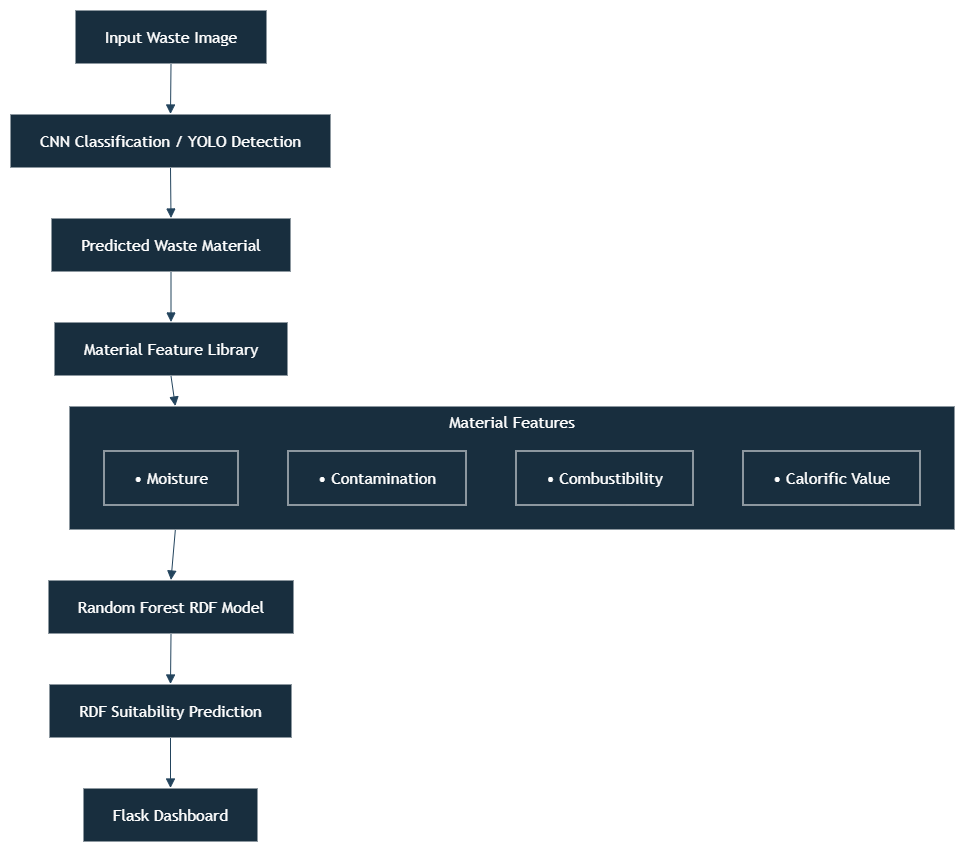
This is docs/Multi-Modal Inference Pipeline.png from abhishekparikh98/RDF_Waste_Characterisation, a draw.io export, as it was before one commit. Source tidied: cells renumbered, new cells last; positions are measured from the earlier drawing's top-left corner, leaving out a move shared by most shapes. Source of this version:
```xml
<mxGraphModel background="light-dark(#ffffff, #121212)">
  <root>
    <mxCell id="0" />
    <mxCell id="1" parent="0" />
    <mxCell id="2" style="group;transparentBounds=1;editIcon=1;lockedGroup=0;groupPadding=10;labelBackgroundColor=none;fontColor=#FFFFFF;" parent="1" vertex="1">
      <mxGeometry as="geometry" />
    </mxCell>
    <mxCell id="3" value="Material Features" style="html=1;whiteSpace=wrap;strokeWidth=1;verticalAlign=top;fillColor=#182E3E;strokeColor=#FFFFFF;fontColor=#FFFFFF;fontFamily=Trebuchet MS,Verdana,Arial,sans-serif;fontSize=16;labelBackgroundColor=none;" parent="2" vertex="1">
      <mxGeometry x="89" y="426" width="886" height="124" as="geometry" />
    </mxCell>
    <mxCell id="4" value="• Moisture" style="html=1;whiteSpace=wrap;strokeWidth=1;fillColor=#182E3E;strokeColor=#FFFFFF;fontColor=#FFFFFF;fontFamily=Trebuchet MS,Verdana,Arial,sans-serif;fontSize=16;labelBackgroundColor=none;" parent="3" vertex="1">
      <mxGeometry x="35" y="45" width="134" height="54" as="geometry" />
    </mxCell>
    <mxCell id="5" value="• Contamination" style="html=1;whiteSpace=wrap;strokeWidth=1;fillColor=#182E3E;strokeColor=#FFFFFF;fontColor=#FFFFFF;fontFamily=Trebuchet MS,Verdana,Arial,sans-serif;fontSize=16;labelBackgroundColor=none;" parent="3" vertex="1">
      <mxGeometry x="219" y="45" width="178" height="54" as="geometry" />
    </mxCell>
    <mxCell id="6" value="• Combustibility" style="html=1;whiteSpace=wrap;strokeWidth=1;fillColor=#182E3E;strokeColor=#FFFFFF;fontColor=#FFFFFF;fontFamily=Trebuchet MS,Verdana,Arial,sans-serif;fontSize=16;labelBackgroundColor=none;" parent="3" vertex="1">
      <mxGeometry x="447" y="45" width="177" height="54" as="geometry" />
    </mxCell>
    <mxCell id="7" value="• Calorific Value" style="html=1;whiteSpace=wrap;strokeWidth=1;fillColor=#182E3E;strokeColor=#FFFFFF;fontColor=#FFFFFF;fontFamily=Trebuchet MS,Verdana,Arial,sans-serif;fontSize=16;labelBackgroundColor=none;" parent="3" vertex="1">
      <mxGeometry x="674" y="45" width="177" height="54" as="geometry" />
    </mxCell>
    <mxCell id="8" value="Input Waste Image" style="html=1;whiteSpace=wrap;strokeWidth=1;fillColor=#182E3E;strokeColor=#FFFFFF;fontColor=#FFFFFF;fontFamily=Trebuchet MS,Verdana,Arial,sans-serif;fontSize=16;labelBackgroundColor=none;" parent="2" vertex="1">
      <mxGeometry x="95" y="30" width="192" height="54" as="geometry" />
    </mxCell>
    <mxCell id="9" value="CNN Classification / YOLO Detection" style="html=1;whiteSpace=wrap;strokeWidth=1;fillColor=#182E3E;strokeColor=#FFFFFF;fontColor=#FFFFFF;fontFamily=Trebuchet MS,Verdana,Arial,sans-serif;fontSize=16;labelBackgroundColor=none;" parent="2" vertex="1">
      <mxGeometry x="30" y="134" width="321" height="54" as="geometry" />
    </mxCell>
    <mxCell id="10" value="Predicted Waste Material" style="html=1;whiteSpace=wrap;strokeWidth=1;fillColor=#182E3E;strokeColor=#FFFFFF;fontColor=#FFFFFF;fontFamily=Trebuchet MS,Verdana,Arial,sans-serif;fontSize=16;labelBackgroundColor=none;" parent="2" vertex="1">
      <mxGeometry x="71" y="238" width="240" height="54" as="geometry" />
    </mxCell>
    <mxCell id="11" value="Material Feature Library" style="html=1;whiteSpace=wrap;strokeWidth=1;fillColor=#182E3E;strokeColor=#FFFFFF;fontColor=#FFFFFF;fontFamily=Trebuchet MS,Verdana,Arial,sans-serif;fontSize=16;labelBackgroundColor=none;" parent="2" vertex="1">
      <mxGeometry x="74" y="342" width="234" height="54" as="geometry" />
    </mxCell>
    <mxCell id="12" value="Random Forest RDF Model" style="html=1;whiteSpace=wrap;strokeWidth=1;fillColor=#182E3E;strokeColor=#FFFFFF;fontColor=#FFFFFF;fontFamily=Trebuchet MS,Verdana,Arial,sans-serif;fontSize=16;labelBackgroundColor=none;" parent="2" vertex="1">
      <mxGeometry x="68" y="600" width="246" height="54" as="geometry" />
    </mxCell>
    <mxCell id="13" value="RDF Suitability Prediction" style="html=1;whiteSpace=wrap;strokeWidth=1;fillColor=#182E3E;strokeColor=#FFFFFF;fontColor=#FFFFFF;fontFamily=Trebuchet MS,Verdana,Arial,sans-serif;fontSize=16;labelBackgroundColor=none;" parent="2" vertex="1">
      <mxGeometry x="69" y="704" width="243" height="54" as="geometry" />
    </mxCell>
    <mxCell id="14" value="Flask Dashboard" style="html=1;whiteSpace=wrap;strokeWidth=1;fillColor=#182E3E;strokeColor=#FFFFFF;fontColor=#FFFFFF;fontFamily=Trebuchet MS,Verdana,Arial,sans-serif;fontSize=16;labelBackgroundColor=none;" parent="2" vertex="1">
      <mxGeometry x="103" y="808" width="175" height="54" as="geometry" />
    </mxCell>
    <mxCell id="15" style="curved=1;startArrow=none;endArrow=block;endSize=7;strokeColor=#23445D;exitX=0.5;exitY=1;entryX=0.5;entryY=0;rounded=0;labelBackgroundColor=none;fontColor=default;" parent="2" edge="1" source="8" target="9">
      <mxGeometry relative="1" as="geometry" />
    </mxCell>
    <mxCell id="16" style="curved=1;startArrow=none;endArrow=block;endSize=7;strokeColor=#23445D;exitX=0.5;exitY=1;entryX=0.5;entryY=0;rounded=0;labelBackgroundColor=none;fontColor=default;" parent="2" edge="1" source="9" target="10">
      <mxGeometry relative="1" as="geometry" />
    </mxCell>
    <mxCell id="17" style="curved=1;startArrow=none;endArrow=block;endSize=7;strokeColor=#23445D;exitX=0.5;exitY=1;entryX=0.5;entryY=0;rounded=0;labelBackgroundColor=none;fontColor=default;" parent="2" edge="1" source="10" target="11">
      <mxGeometry relative="1" as="geometry" />
    </mxCell>
    <mxCell id="18" style="curved=1;startArrow=none;endArrow=block;endSize=7;strokeColor=#23445D;exitX=0.5;exitY=1;entryX=0.12;entryY=0;rounded=0;labelBackgroundColor=none;fontColor=default;" parent="2" edge="1" source="11" target="3">
      <mxGeometry relative="1" as="geometry" />
    </mxCell>
    <mxCell id="19" style="curved=1;startArrow=none;endArrow=block;endSize=7;strokeColor=#23445D;exitX=0.12;exitY=1;entryX=0.5;entryY=0;rounded=0;labelBackgroundColor=none;fontColor=default;" parent="2" edge="1" source="3" target="12">
      <mxGeometry relative="1" as="geometry" />
    </mxCell>
    <mxCell id="20" style="curved=1;startArrow=none;endArrow=block;endSize=7;strokeColor=#23445D;exitX=0.5;exitY=1;entryX=0.5;entryY=0;rounded=0;labelBackgroundColor=none;fontColor=default;" parent="2" edge="1" source="12" target="13">
      <mxGeometry relative="1" as="geometry" />
    </mxCell>
    <mxCell id="21" style="curved=1;startArrow=none;endArrow=block;endSize=7;strokeColor=#23445D;exitX=0.5;exitY=1;entryX=0.5;entryY=0;rounded=0;labelBackgroundColor=none;fontColor=default;" parent="2" edge="1" source="13" target="14">
      <mxGeometry relative="1" as="geometry" />
    </mxCell>
  </root>
</mxGraphModel>
```
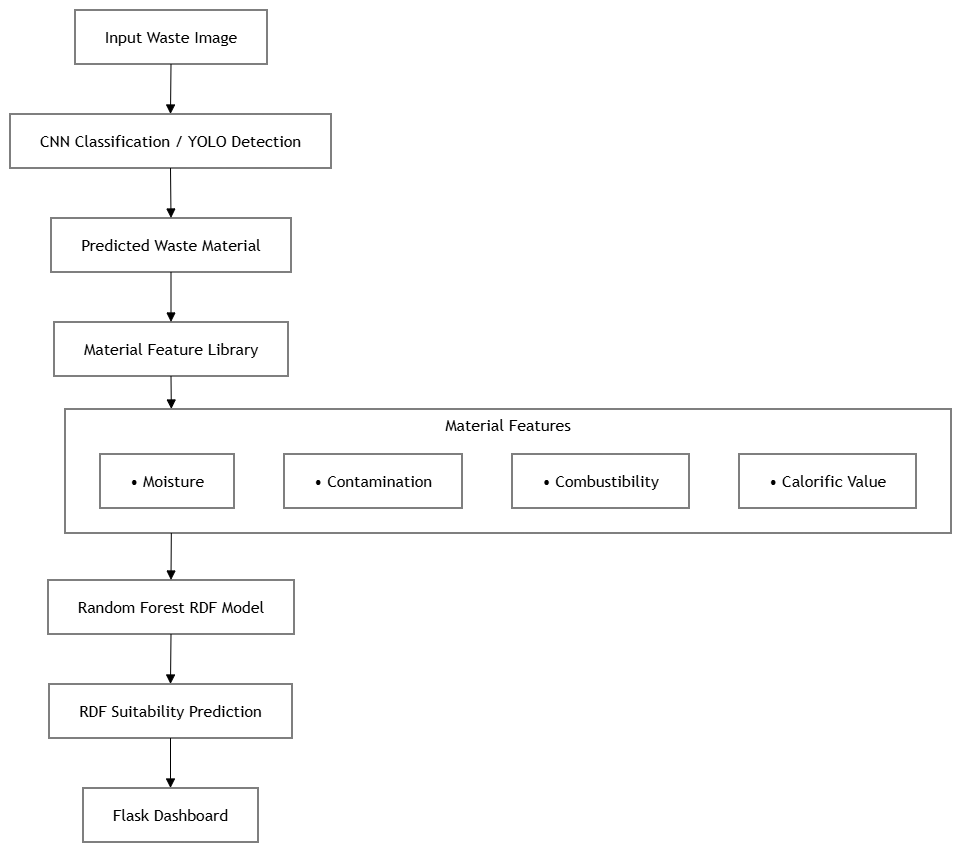
The same file after the commit.

Commit message:
Clean up docs, datasets, and model artifacts; track curated results

Diff of the diagram source:
```diff
@@ -2,64 +2,64 @@
   <root>
     <mxCell id="0" />
     <mxCell id="1" parent="0" />
-    <mxCell id="2" style="group;transparentBounds=1;editIcon=1;lockedGroup=0;groupPadding=10;labelBackgroundColor=none;fontColor=#FFFFFF;" parent="1" vertex="1">
+    <mxCell id="2" style="group;transparentBounds=1;editIcon=1;lockedGroup=0;groupPadding=10;labelBackgroundColor=none;" parent="1" vertex="1">
       <mxGeometry as="geometry" />
     </mxCell>
-    <mxCell id="3" value="Material Features" style="html=1;whiteSpace=wrap;strokeWidth=1;verticalAlign=top;fillColor=#182E3E;strokeColor=#FFFFFF;fontColor=#FFFFFF;fontFamily=Trebuchet MS,Verdana,Arial,sans-serif;fontSize=16;labelBackgroundColor=none;" parent="2" vertex="1">
-      <mxGeometry x="89" y="426" width="886" height="124" as="geometry" />
+    <mxCell id="3" value="Material Features" style="html=1;whiteSpace=wrap;strokeWidth=1;verticalAlign=top;fontFamily=Trebuchet MS,Verdana,Arial,sans-serif;fontSize=16;labelBackgroundColor=none;" parent="2" vertex="1">
+      <mxGeometry x="85" y="429" width="886" height="124" as="geometry" />
     </mxCell>
-    <mxCell id="4" value="• Moisture" style="html=1;whiteSpace=wrap;strokeWidth=1;fillColor=#182E3E;strokeColor=#FFFFFF;fontColor=#FFFFFF;fontFamily=Trebuchet MS,Verdana,Arial,sans-serif;fontSize=16;labelBackgroundColor=none;" parent="3" vertex="1">
+    <mxCell id="4" value="• Moisture" style="html=1;whiteSpace=wrap;strokeWidth=1;fontFamily=Trebuchet MS,Verdana,Arial,sans-serif;fontSize=16;labelBackgroundColor=none;" parent="3" vertex="1">
       <mxGeometry x="35" y="45" width="134" height="54" as="geometry" />
     </mxCell>
-    <mxCell id="5" value="• Contamination" style="html=1;whiteSpace=wrap;strokeWidth=1;fillColor=#182E3E;strokeColor=#FFFFFF;fontColor=#FFFFFF;fontFamily=Trebuchet MS,Verdana,Arial,sans-serif;fontSize=16;labelBackgroundColor=none;" parent="3" vertex="1">
+    <mxCell id="5" value="• Contamination" style="html=1;whiteSpace=wrap;strokeWidth=1;fontFamily=Trebuchet MS,Verdana,Arial,sans-serif;fontSize=16;labelBackgroundColor=none;" parent="3" vertex="1">
       <mxGeometry x="219" y="45" width="178" height="54" as="geometry" />
     </mxCell>
-    <mxCell id="6" value="• Combustibility" style="html=1;whiteSpace=wrap;strokeWidth=1;fillColor=#182E3E;strokeColor=#FFFFFF;fontColor=#FFFFFF;fontFamily=Trebuchet MS,Verdana,Arial,sans-serif;fontSize=16;labelBackgroundColor=none;" parent="3" vertex="1">
+    <mxCell id="6" value="• Combustibility" style="html=1;whiteSpace=wrap;strokeWidth=1;fontFamily=Trebuchet MS,Verdana,Arial,sans-serif;fontSize=16;labelBackgroundColor=none;" parent="3" vertex="1">
       <mxGeometry x="447" y="45" width="177" height="54" as="geometry" />
     </mxCell>
-    <mxCell id="7" value="• Calorific Value" style="html=1;whiteSpace=wrap;strokeWidth=1;fillColor=#182E3E;strokeColor=#FFFFFF;fontColor=#FFFFFF;fontFamily=Trebuchet MS,Verdana,Arial,sans-serif;fontSize=16;labelBackgroundColor=none;" parent="3" vertex="1">
+    <mxCell id="7" value="• Calorific Value" style="html=1;whiteSpace=wrap;strokeWidth=1;fontFamily=Trebuchet MS,Verdana,Arial,sans-serif;fontSize=16;labelBackgroundColor=none;" parent="3" vertex="1">
       <mxGeometry x="674" y="45" width="177" height="54" as="geometry" />
     </mxCell>
-    <mxCell id="8" value="Input Waste Image" style="html=1;whiteSpace=wrap;strokeWidth=1;fillColor=#182E3E;strokeColor=#FFFFFF;fontColor=#FFFFFF;fontFamily=Trebuchet MS,Verdana,Arial,sans-serif;fontSize=16;labelBackgroundColor=none;" parent="2" vertex="1">
+    <mxCell id="8" value="Input Waste Image" style="html=1;whiteSpace=wrap;strokeWidth=1;fontFamily=Trebuchet MS,Verdana,Arial,sans-serif;fontSize=16;labelBackgroundColor=none;" parent="2" vertex="1">
       <mxGeometry x="95" y="30" width="192" height="54" as="geometry" />
     </mxCell>
-    <mxCell id="9" value="CNN Classification / YOLO Detection" style="html=1;whiteSpace=wrap;strokeWidth=1;fillColor=#182E3E;strokeColor=#FFFFFF;fontColor=#FFFFFF;fontFamily=Trebuchet MS,Verdana,Arial,sans-serif;fontSize=16;labelBackgroundColor=none;" parent="2" vertex="1">
+    <mxCell id="9" value="CNN Classification / YOLO Detection" style="html=1;whiteSpace=wrap;strokeWidth=1;fontFamily=Trebuchet MS,Verdana,Arial,sans-serif;fontSize=16;labelBackgroundColor=none;" parent="2" vertex="1">
       <mxGeometry x="30" y="134" width="321" height="54" as="geometry" />
     </mxCell>
-    <mxCell id="10" value="Predicted Waste Material" style="html=1;whiteSpace=wrap;strokeWidth=1;fillColor=#182E3E;strokeColor=#FFFFFF;fontColor=#FFFFFF;fontFamily=Trebuchet MS,Verdana,Arial,sans-serif;fontSize=16;labelBackgroundColor=none;" parent="2" vertex="1">
+    <mxCell id="10" value="Predicted Waste Material" style="html=1;whiteSpace=wrap;strokeWidth=1;fontFamily=Trebuchet MS,Verdana,Arial,sans-serif;fontSize=16;labelBackgroundColor=none;" parent="2" vertex="1">
       <mxGeometry x="71" y="238" width="240" height="54" as="geometry" />
     </mxCell>
-    <mxCell id="11" value="Material Feature Library" style="html=1;whiteSpace=wrap;strokeWidth=1;fillColor=#182E3E;strokeColor=#FFFFFF;fontColor=#FFFFFF;fontFamily=Trebuchet MS,Verdana,Arial,sans-serif;fontSize=16;labelBackgroundColor=none;" parent="2" vertex="1">
+    <mxCell id="11" value="Material Feature Library" style="html=1;whiteSpace=wrap;strokeWidth=1;fontFamily=Trebuchet MS,Verdana,Arial,sans-serif;fontSize=16;labelBackgroundColor=none;" parent="2" vertex="1">
       <mxGeometry x="74" y="342" width="234" height="54" as="geometry" />
     </mxCell>
-    <mxCell id="12" value="Random Forest RDF Model" style="html=1;whiteSpace=wrap;strokeWidth=1;fillColor=#182E3E;strokeColor=#FFFFFF;fontColor=#FFFFFF;fontFamily=Trebuchet MS,Verdana,Arial,sans-serif;fontSize=16;labelBackgroundColor=none;" parent="2" vertex="1">
+    <mxCell id="12" value="Random Forest RDF Model" style="html=1;whiteSpace=wrap;strokeWidth=1;fontFamily=Trebuchet MS,Verdana,Arial,sans-serif;fontSize=16;labelBackgroundColor=none;" parent="2" vertex="1">
       <mxGeometry x="68" y="600" width="246" height="54" as="geometry" />
     </mxCell>
-    <mxCell id="13" value="RDF Suitability Prediction" style="html=1;whiteSpace=wrap;strokeWidth=1;fillColor=#182E3E;strokeColor=#FFFFFF;fontColor=#FFFFFF;fontFamily=Trebuchet MS,Verdana,Arial,sans-serif;fontSize=16;labelBackgroundColor=none;" parent="2" vertex="1">
+    <mxCell id="13" value="RDF Suitability Prediction" style="html=1;whiteSpace=wrap;strokeWidth=1;fontFamily=Trebuchet MS,Verdana,Arial,sans-serif;fontSize=16;labelBackgroundColor=none;" parent="2" vertex="1">
       <mxGeometry x="69" y="704" width="243" height="54" as="geometry" />
     </mxCell>
-    <mxCell id="14" value="Flask Dashboard" style="html=1;whiteSpace=wrap;strokeWidth=1;fillColor=#182E3E;strokeColor=#FFFFFF;fontColor=#FFFFFF;fontFamily=Trebuchet MS,Verdana,Arial,sans-serif;fontSize=16;labelBackgroundColor=none;" parent="2" vertex="1">
+    <mxCell id="14" value="Flask Dashboard" style="html=1;whiteSpace=wrap;strokeWidth=1;fontFamily=Trebuchet MS,Verdana,Arial,sans-serif;fontSize=16;labelBackgroundColor=none;" parent="2" vertex="1">
       <mxGeometry x="103" y="808" width="175" height="54" as="geometry" />
     </mxCell>
-    <mxCell id="15" style="curved=1;startArrow=none;endArrow=block;endSize=7;strokeColor=#23445D;exitX=0.5;exitY=1;entryX=0.5;entryY=0;rounded=0;labelBackgroundColor=none;fontColor=default;" parent="2" edge="1" source="8" target="9">
+    <mxCell id="15" style="curved=1;startArrow=none;endArrow=block;endSize=7;exitX=0.5;exitY=1;entryX=0.5;entryY=0;rounded=0;labelBackgroundColor=none;fontColor=default;" parent="2" edge="1" source="8" target="9">
       <mxGeometry relative="1" as="geometry" />
     </mxCell>
-    <mxCell id="16" style="curved=1;startArrow=none;endArrow=block;endSize=7;strokeColor=#23445D;exitX=0.5;exitY=1;entryX=0.5;entryY=0;rounded=0;labelBackgroundColor=none;fontColor=default;" parent="2" edge="1" source="9" target="10">
+    <mxCell id="16" style="curved=1;startArrow=none;endArrow=block;endSize=7;exitX=0.5;exitY=1;entryX=0.5;entryY=0;rounded=0;labelBackgroundColor=none;fontColor=default;" parent="2" edge="1" source="9" target="10">
       <mxGeometry relative="1" as="geometry" />
     </mxCell>
-    <mxCell id="17" style="curved=1;startArrow=none;endArrow=block;endSize=7;strokeColor=#23445D;exitX=0.5;exitY=1;entryX=0.5;entryY=0;rounded=0;labelBackgroundColor=none;fontColor=default;" parent="2" edge="1" source="10" target="11">
+    <mxCell id="17" style="curved=1;startArrow=none;endArrow=block;endSize=7;exitX=0.5;exitY=1;entryX=0.5;entryY=0;rounded=0;labelBackgroundColor=none;fontColor=default;" parent="2" edge="1" source="10" target="11">
       <mxGeometry relative="1" as="geometry" />
     </mxCell>
-    <mxCell id="18" style="curved=1;startArrow=none;endArrow=block;endSize=7;strokeColor=#23445D;exitX=0.5;exitY=1;entryX=0.12;entryY=0;rounded=0;labelBackgroundColor=none;fontColor=default;" parent="2" edge="1" source="11" target="3">
+    <mxCell id="18" style="curved=1;startArrow=none;endArrow=block;endSize=7;exitX=0.5;exitY=1;entryX=0.12;entryY=0;rounded=0;labelBackgroundColor=none;fontColor=default;" parent="2" edge="1" source="11" target="3">
       <mxGeometry relative="1" as="geometry" />
     </mxCell>
-    <mxCell id="19" style="curved=1;startArrow=none;endArrow=block;endSize=7;strokeColor=#23445D;exitX=0.12;exitY=1;entryX=0.5;entryY=0;rounded=0;labelBackgroundColor=none;fontColor=default;" parent="2" edge="1" source="3" target="12">
+    <mxCell id="19" style="curved=1;startArrow=none;endArrow=block;endSize=7;exitX=0.12;exitY=1;entryX=0.5;entryY=0;rounded=0;labelBackgroundColor=none;fontColor=default;" parent="2" edge="1" source="3" target="12">
       <mxGeometry relative="1" as="geometry" />
     </mxCell>
-    <mxCell id="20" style="curved=1;startArrow=none;endArrow=block;endSize=7;strokeColor=#23445D;exitX=0.5;exitY=1;entryX=0.5;entryY=0;rounded=0;labelBackgroundColor=none;fontColor=default;" parent="2" edge="1" source="12" target="13">
+    <mxCell id="20" style="curved=1;startArrow=none;endArrow=block;endSize=7;exitX=0.5;exitY=1;entryX=0.5;entryY=0;rounded=0;labelBackgroundColor=none;fontColor=default;" parent="2" edge="1" source="12" target="13">
       <mxGeometry relative="1" as="geometry" />
     </mxCell>
-    <mxCell id="21" style="curved=1;startArrow=none;endArrow=block;endSize=7;strokeColor=#23445D;exitX=0.5;exitY=1;entryX=0.5;entryY=0;rounded=0;labelBackgroundColor=none;fontColor=default;" parent="2" edge="1" source="13" target="14">
+    <mxCell id="21" style="curved=1;startArrow=none;endArrow=block;endSize=7;exitX=0.5;exitY=1;entryX=0.5;entryY=0;rounded=0;labelBackgroundColor=none;fontColor=default;" parent="2" edge="1" source="13" target="14">
       <mxGeometry relative="1" as="geometry" />
     </mxCell>
   </root>
```
